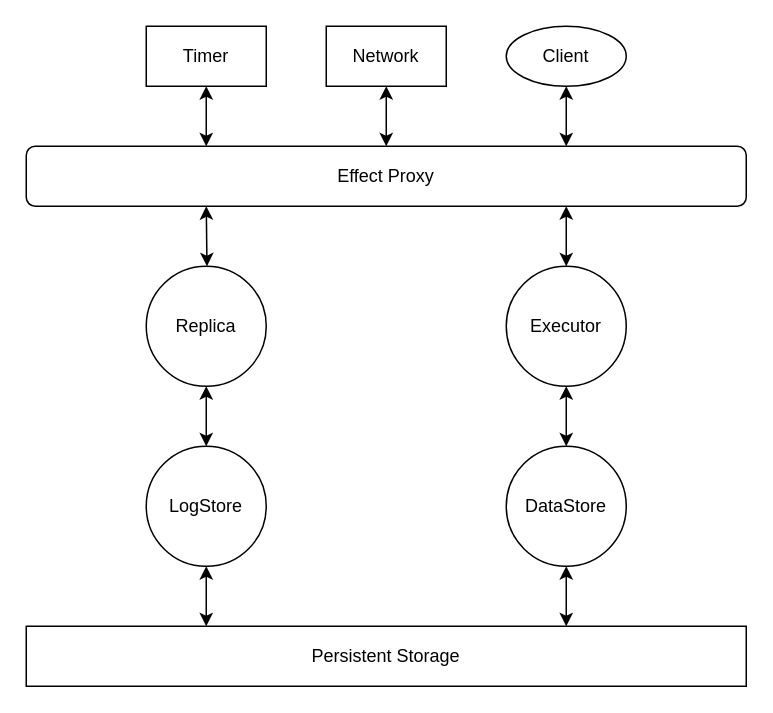
Earlier version of the draw.io diagram docs/architecture/architecture.drawio (Nugine/epkv). Source tidied: cells renumbered, new cells numbered last; positions are measured from the earlier drawing's top-left corner, leaving out a move shared by most shapes. Both pictures are drawn from the tidied source at 150%, with x=0, y=0 at pixel (26, 26).
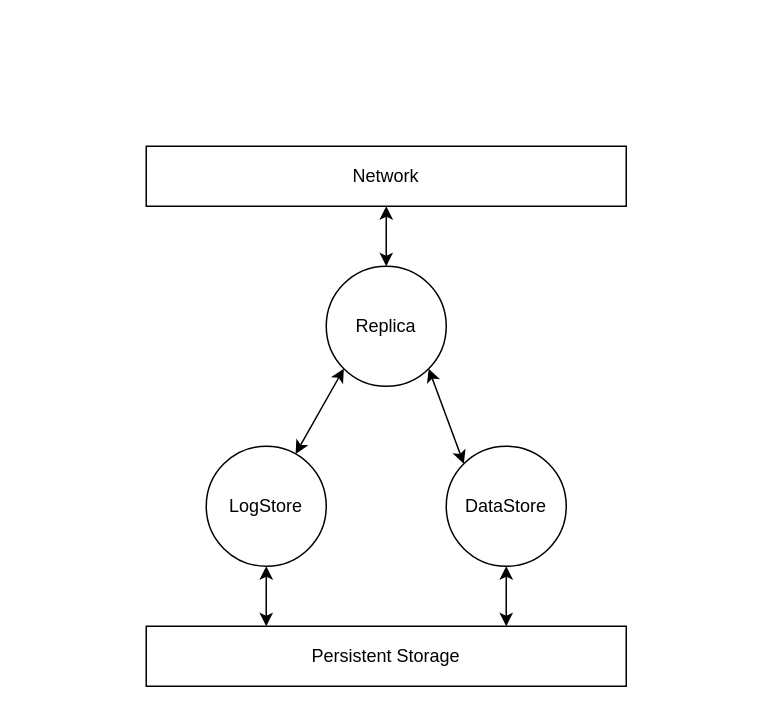
The same diagram, later.

The edit, as a diff of the source:
```diff
@@
     <mxCell id="2" value="Persistent Storage" style="rounded=0;whiteSpace=wrap;html=1;" parent="1" vertex="1">
-      <mxGeometry y="400" width="480" height="40" as="geometry" />
+      <mxGeometry x="80" y="400" width="320" height="40" as="geometry" />
     </mxCell>
@@
     <mxCell id="4" value="LogStore" style="ellipse;whiteSpace=wrap;html=1;" parent="1" vertex="1">
-      <mxGeometry x="80" y="280" width="80" height="80" as="geometry" />
+      <mxGeometry x="120" y="280" width="80" height="80" as="geometry" />
     </mxCell>
@@
     <mxCell id="6" value="DataStore" style="ellipse;whiteSpace=wrap;html=1;" parent="1" vertex="1">
-      <mxGeometry x="320" y="280" width="80" height="80" as="geometry" />
+      <mxGeometry x="280" y="280" width="80" height="80" as="geometry" />
     </mxCell>
-    <mxCell id="7" style="edgeStyle=none;html=1;entryX=0.5;entryY=0;entryDx=0;entryDy=0;startArrow=classic;startFill=1;" parent="1" edge="1" source="9" target="4">
+    <mxCell id="7" style="edgeStyle=none;html=1;exitX=0;exitY=1;exitDx=0;exitDy=0;startArrow=classic;startFill=1;" parent="1" edge="1" source="9" target="4">
       <mxGeometry relative="1" as="geometry" />
     </mxCell>
-    <mxCell id="8" style="edgeStyle=none;html=1;entryX=0.25;entryY=1;entryDx=0;entryDy=0;startArrow=classic;startFill=1;" parent="1" edge="1" source="9" target="14">
-      <mxGeometry relative="1" as="geometry" />
-    </mxCell>
+    <mxCell id="20" style="edgeStyle=none;html=1;exitX=1;exitY=1;exitDx=0;exitDy=0;entryX=0;entryY=0;entryDx=0;entryDy=0;startArrow=classic;startFill=1;" parent="1" edge="1" source="9" target="6">
+      <mxGeometry relative="1" as="geometry" />
+    </mxCell>
     <mxCell id="9" value="Replica" style="ellipse;whiteSpace=wrap;html=1;" parent="1" vertex="1">
-      <mxGeometry x="80" y="160" width="80" height="80" as="geometry" />
+      <mxGeometry x="200" y="160" width="80" height="80" as="geometry" />
     </mxCell>
-    <mxCell id="10" style="edgeStyle=none;html=1;entryX=0.5;entryY=0;entryDx=0;entryDy=0;startArrow=classic;startFill=1;" parent="1" edge="1" source="12" target="6">
-      <mxGeometry relative="1" as="geometry" />
-    </mxCell>
-    <mxCell id="11" style="edgeStyle=none;html=1;exitX=0.5;exitY=0;exitDx=0;exitDy=0;entryX=0.75;entryY=1;entryDx=0;entryDy=0;startArrow=classic;startFill=1;" parent="1" edge="1" source="12" target="14">
-      <mxGeometry relative="1" as="geometry" />
-    </mxCell>
-    <mxCell id="12" value="Executor" style="ellipse;whiteSpace=wrap;html=1;" parent="1" vertex="1">
-      <mxGeometry x="320" y="160" width="80" height="80" as="geometry" />
-    </mxCell>
-    <mxCell id="13" style="edgeStyle=none;html=1;entryX=0.5;entryY=1;entryDx=0;entryDy=0;startArrow=classic;startFill=1;" parent="1" edge="1" source="14" target="15">
-      <mxGeometry relative="1" as="geometry" />
-    </mxCell>
-    <mxCell id="14" value="Effect Proxy" style="rounded=1;whiteSpace=wrap;html=1;" parent="1" vertex="1">
-      <mxGeometry y="80" width="480" height="40" as="geometry" />
-    </mxCell>
+    <mxCell id="21" style="edgeStyle=none;html=1;startArrow=classic;startFill=1;exitX=0.5;exitY=1;exitDx=0;exitDy=0;" parent="1" edge="1" source="15" target="9">
+      <mxGeometry relative="1" as="geometry" />
+    </mxCell>
     <mxCell id="15" value="Network" style="rounded=0;whiteSpace=wrap;html=1;" parent="1" vertex="1">
-      <mxGeometry x="200" width="80" height="40" as="geometry" />
+      <mxGeometry x="80" y="80" width="320" height="40" as="geometry" />
     </mxCell>
-    <mxCell id="16" style="edgeStyle=none;html=1;entryX=0.25;entryY=0;entryDx=0;entryDy=0;startArrow=classic;startFill=1;" parent="1" edge="1" source="17" target="14">
-      <mxGeometry relative="1" as="geometry" />
-    </mxCell>
-    <mxCell id="17" value="Timer" style="rounded=0;whiteSpace=wrap;html=1;" parent="1" vertex="1">
-      <mxGeometry x="80" width="80" height="40" as="geometry" />
-    </mxCell>
-    <mxCell id="18" style="edgeStyle=none;html=1;entryX=0.75;entryY=0;entryDx=0;entryDy=0;startArrow=classic;startFill=1;" parent="1" edge="1" target="14">
-      <mxGeometry relative="1" as="geometry">
-        <mxPoint x="360" y="40" as="sourcePoint" />
-      </mxGeometry>
-    </mxCell>
-    <mxCell id="19" value="Client" style="ellipse;whiteSpace=wrap;html=1;" parent="1" vertex="1">
-      <mxGeometry x="320" width="80" height="40" as="geometry" />
-    </mxCell>
```
